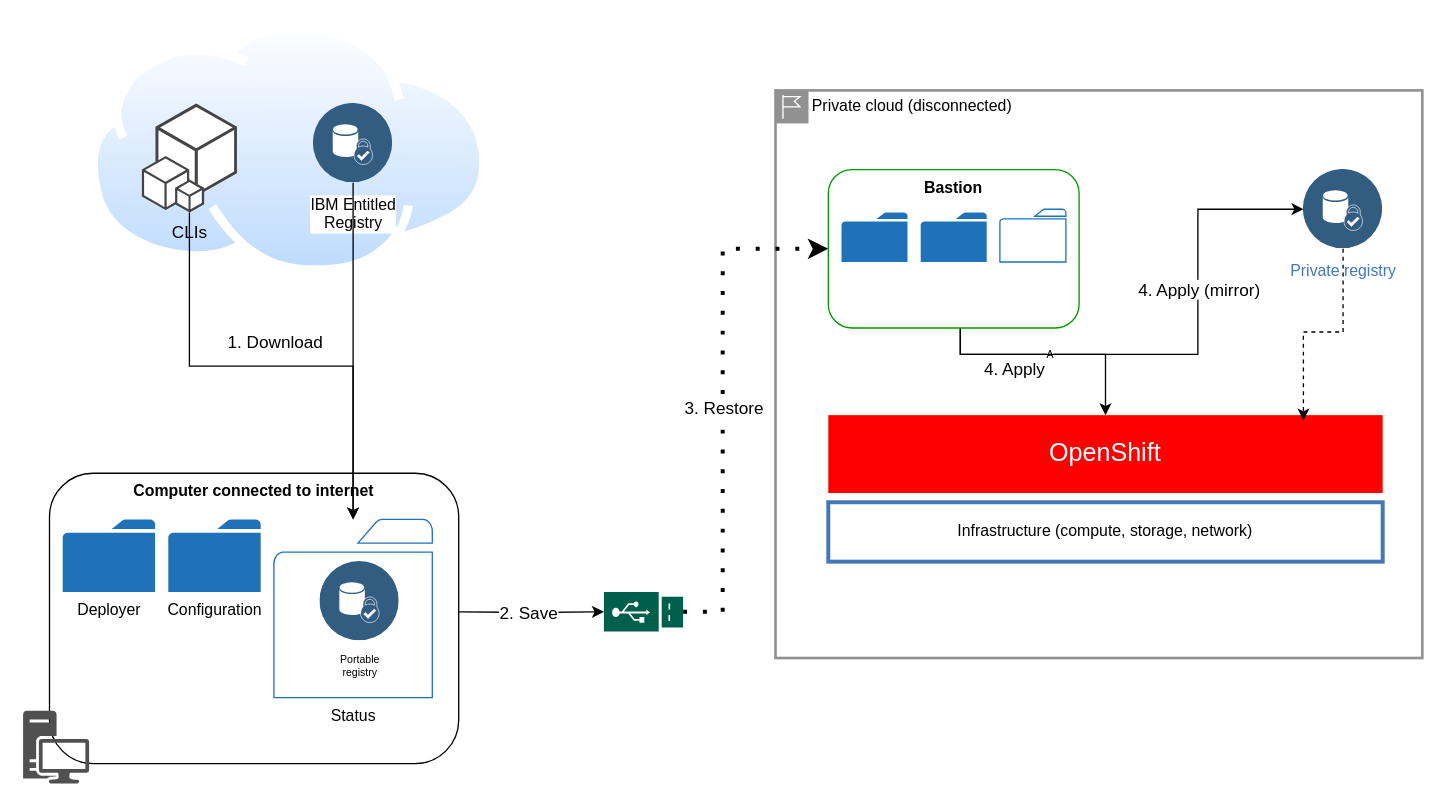
IBM/cloud-pak-deployer keeps this draw.io diagram as page "air-gapped-portable" (3 of 3) of doc/src/pages/advanced/air-gapped-installation/air-gapped-overview.drawio. Above is the earlier version. Source tidied: cells renumbered, new cells numbered last; positions are measured from the earlier drawing's top-left corner, leaving out a move shared by most shapes. Both pictures are drawn from the tidied source at 132%, with x=0, y=0 at pixel (22, 22).
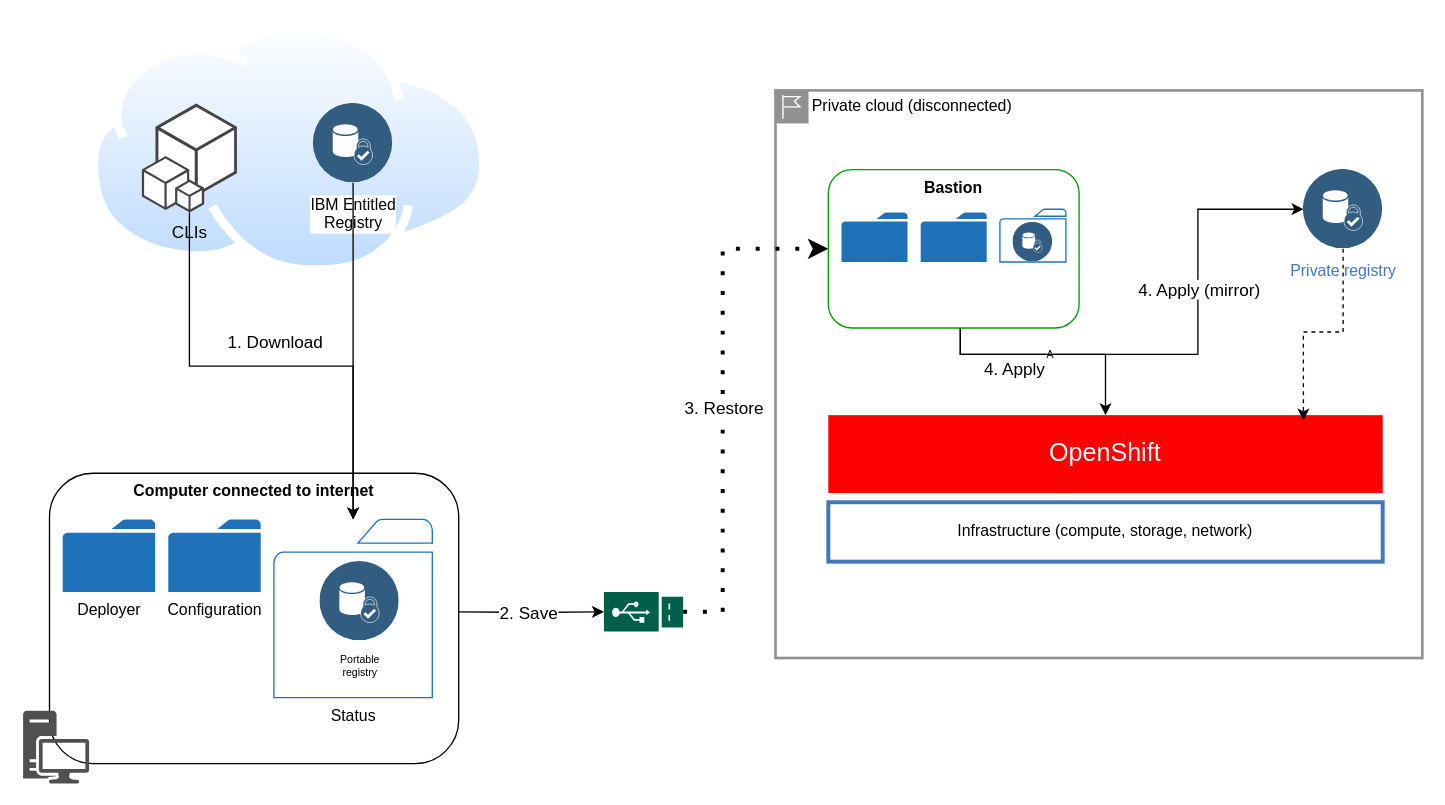
The same diagram, later.

Unchanged cells that the change refers to:
```xml
<mxCell id="32" style="group;" parent="10" vertex="1">
  <mxGeometry x="610" y="111" width="190" height="120" as="geometry" />
</mxCell>
```

Change to the diagram source:
```diff
@@
+    <mxCell id="37" style="perimeter=ellipsePerimeter;align=center;shadow=0;dashed=0;fontColor=default;labelBackgroundColor=none;fontSize=8;spacingTop=3;image;image=img/lib/ibm/data/device_identity_service.svg;rounded=1;strokeColor=#FF0000;fillColor=#99CCFF;html=1;" parent="32" vertex="1">
+      <mxGeometry x="140" y="40" width="30" height="30" as="geometry" />
+    </mxCell>
```
